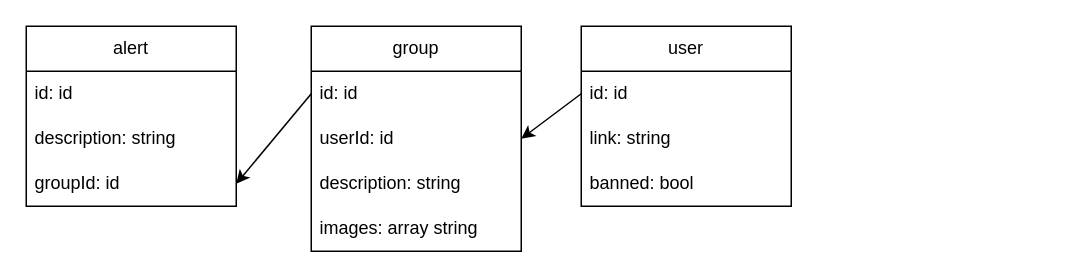
This is database.drawio from tulen-chik/groupsy, a draw.io file, before an edit. Source tidied: cells renumbered, new cells numbered last; positions are measured from the earlier drawing's top-left corner, leaving out a move shared by most shapes. Both pictures are drawn from the tidied source at 150%, with x=0, y=0 at pixel (26, 26).
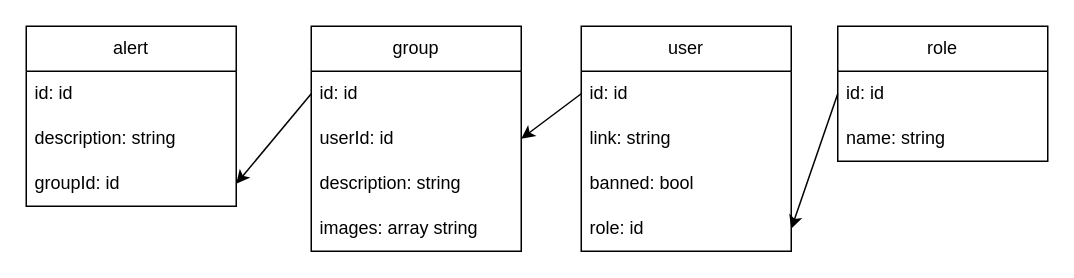
The same page after the edit.

Diff of the diagram source:
```diff
@@
     <mxCell id="2" value="user" style="swimlane;fontStyle=0;horizontal=1;startSize=30;whiteSpace=wrap;html=1;" parent="1" vertex="1">
-      <mxGeometry x="370" width="140" height="120" as="geometry" />
+      <mxGeometry x="370" width="140" height="150" as="geometry" />
     </mxCell>
@@
+    <mxCell id="17" value="role: id" style="text;strokeColor=none;fillColor=none;align=left;verticalAlign=middle;spacingLeft=4;spacingRight=4;overflow=hidden;points=[[0,0.5],[1,0.5]];portConstraint=eastwest;whiteSpace=wrap;html=1;" parent="2" vertex="1">
+      <mxGeometry y="120" width="140" height="30" as="geometry" />
+    </mxCell>
@@
+    <mxCell id="18" value="role" style="swimlane;fontStyle=0;horizontal=1;startSize=30;whiteSpace=wrap;html=1;" parent="1" vertex="1">
+      <mxGeometry x="541" width="140" height="90" as="geometry" />
+    </mxCell>
+    <mxCell id="19" value="id: id" style="text;strokeColor=none;fillColor=none;align=left;verticalAlign=middle;spacingLeft=4;spacingRight=4;overflow=hidden;points=[[0,0.5],[1,0.5]];portConstraint=eastwest;whiteSpace=wrap;html=1;" parent="18" vertex="1">
+      <mxGeometry y="30" width="140" height="30" as="geometry" />
+    </mxCell>
+    <mxCell id="20" value="name: string" style="text;strokeColor=none;fillColor=none;align=left;verticalAlign=middle;spacingLeft=4;spacingRight=4;overflow=hidden;whiteSpace=wrap;html=1;" parent="18" vertex="1">
+      <mxGeometry y="60" width="140" height="30" as="geometry" />
+    </mxCell>
+    <mxCell id="21" style="endArrow=classic;html=1;rounded=0;exitX=0;exitY=0.5;exitDx=0;exitDy=0;entryX=1;entryY=0.5;entryDx=0;entryDy=0;" parent="1" edge="1" source="19" target="17">
+      <mxGeometry relative="1" as="geometry" />
+    </mxCell>
```
